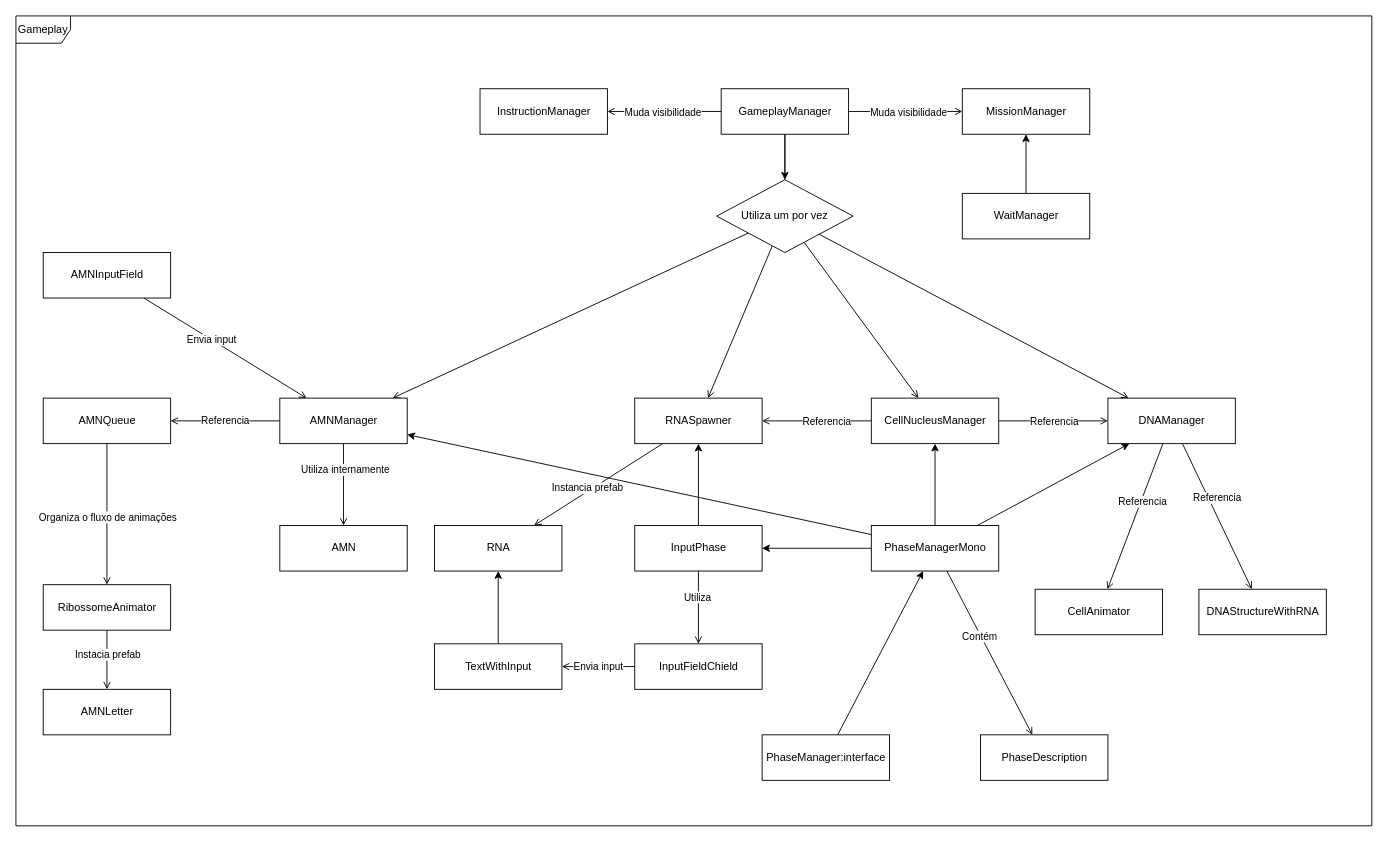
Jean-Delfino/EIC-Sintetizando keeps this draw.io diagram as Assets/Game/Data/Class.drawio. Above is the earlier version. Source tidied: cells renumbered, new cells numbered last; positions are measured from the earlier drawing's top-left corner, leaving out a move shared by most shapes. Both pictures are drawn from the tidied source at 91%, with x=0, y=0 at pixel (15, 15).
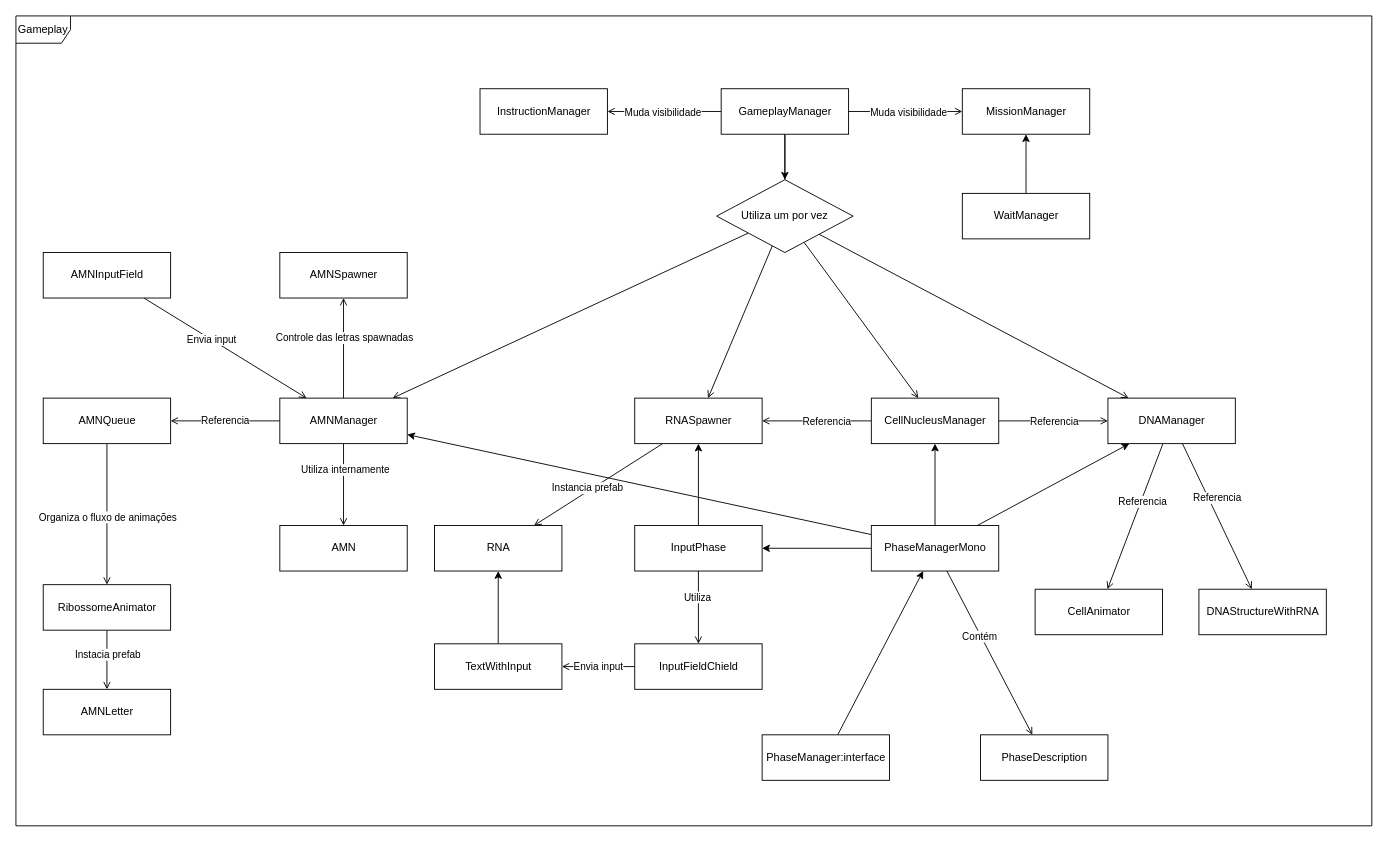
The same page after the edit.

The change refers to these unchanged cells:
```xml
<mxCell id="32" value="AMNManager" style="html=1;" parent="1" vertex="1">
  <mxGeometry x="290" y="420" width="140" height="50" as="geometry" />
</mxCell>
```

The edit, as a diff of the source:
```diff
@@
+    <mxCell id="68" style="edgeStyle=orthogonalEdgeStyle;rounded=0;jettySize=auto;html=1;endArrow=open;endFill=0;" parent="1" edge="1" source="32" target="70">
+      <mxGeometry relative="1" as="geometry" />
+    </mxCell>
+    <mxCell id="69" value="Controle das letras spawnadas" style="edgeLabel;html=1;align=center;verticalAlign=middle;" parent="68" vertex="1">
+      <mxGeometry x="0.21" relative="1" as="geometry" />
+    </mxCell>
@@
+    <mxCell id="70" value="AMNSpawner" style="html=1;" parent="1" vertex="1">
+      <mxGeometry x="290" y="260" width="140" height="50" as="geometry" />
+    </mxCell>
```
